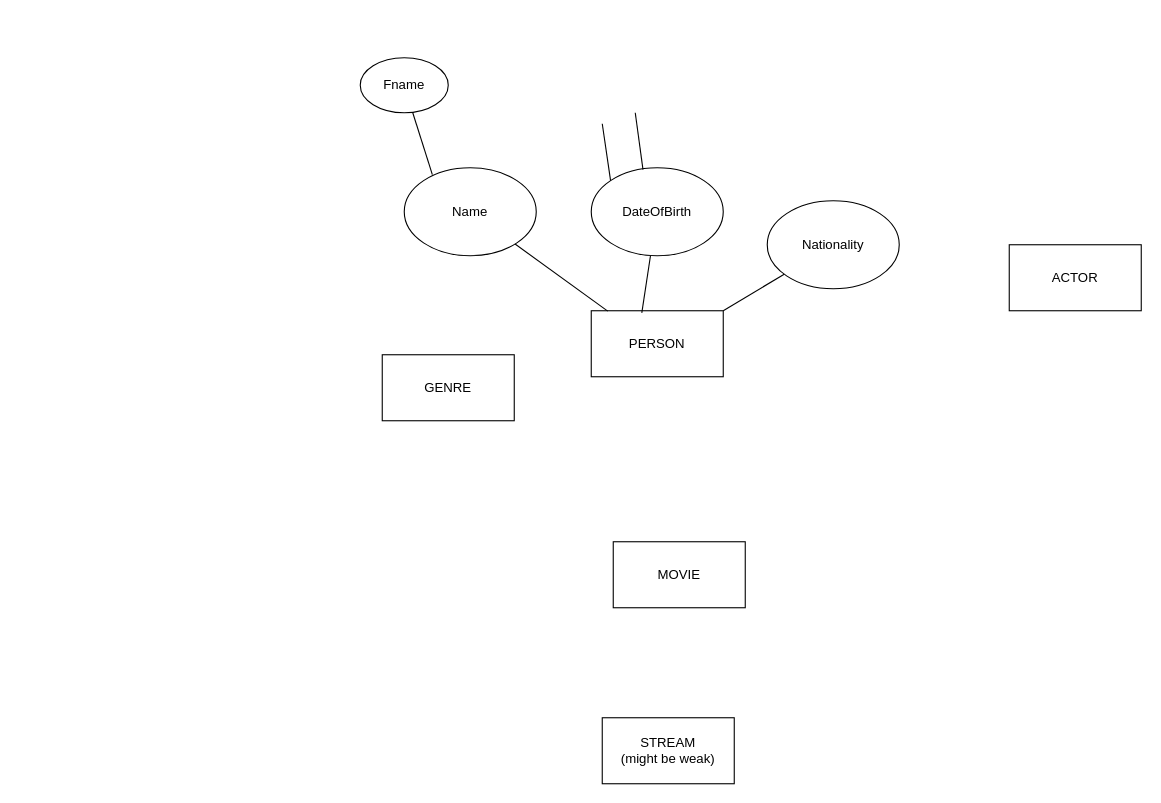
Before: MovieBaseEER.drawio in miguelTrC/MovieBaseDB, a draw.io diagram. Source tidied: cells renumbered, new cells numbered last; positions are measured from the earlier drawing's top-left corner, leaving out a move shared by most shapes. Both pictures are drawn from the tidied source at 110%, with x=0, y=0 at pixel (360, 57).
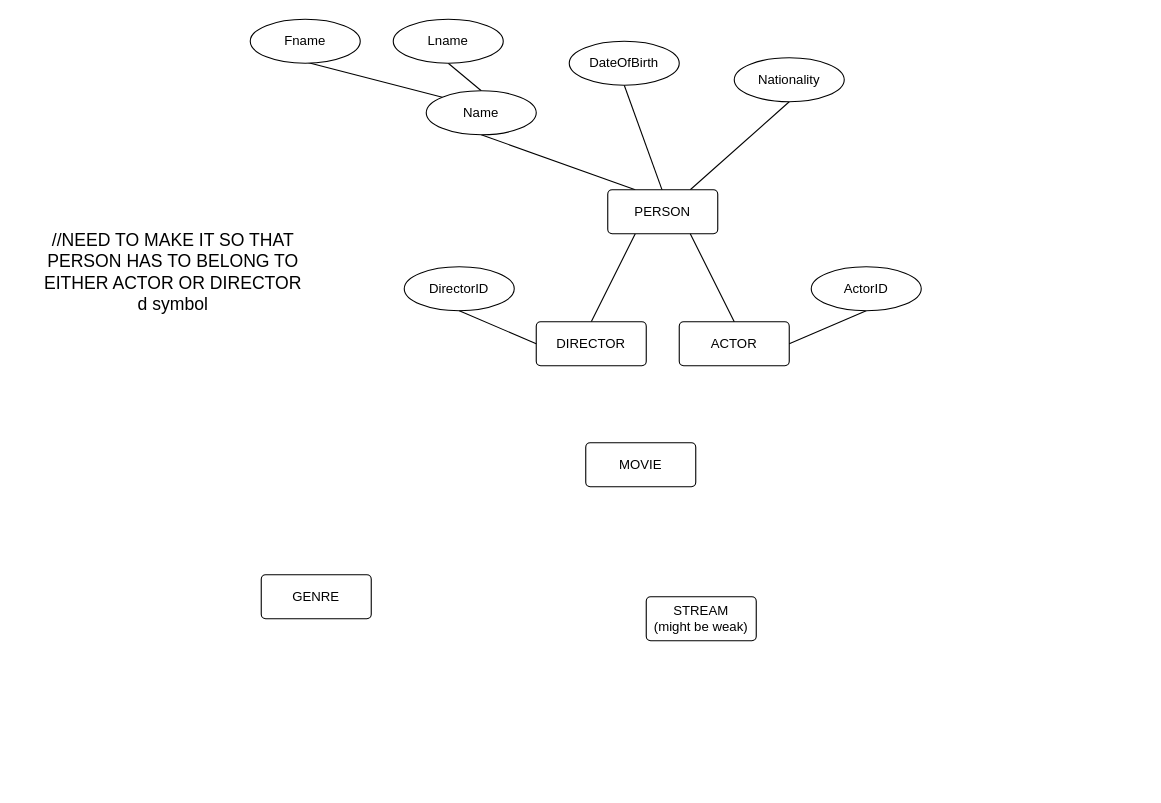
After the change.

Commit message:
Remade everything using the Entity Relation design

Diff of the diagram source:
```diff
@@
+    <mxCell id="7" style="endArrow=none;html=1;rounded=0;fontSize=12;startSize=8;endSize=8;curved=1;exitX=0.25;exitY=0;exitDx=0;exitDy=0;entryX=0.5;entryY=1;entryDx=0;entryDy=0;" parent="1" edge="1" source="3" target="8">
+      <mxGeometry relative="1" as="geometry" />
+    </mxCell>
+    <mxCell id="9" style="endArrow=none;html=1;rounded=0;fontSize=12;startSize=8;endSize=8;curved=1;exitX=0.506;exitY=0.087;exitDx=0;exitDy=0;exitPerimeter=0;entryX=0.5;entryY=1;entryDx=0;entryDy=0;" parent="1" edge="1" source="3" target="10">
+      <mxGeometry relative="1" as="geometry" />
+    </mxCell>
+    <mxCell id="11" style="endArrow=none;html=1;rounded=0;fontSize=12;startSize=8;endSize=8;curved=1;exitX=0.75;exitY=0;exitDx=0;exitDy=0;entryX=0.5;entryY=1;entryDx=0;entryDy=0;" parent="1" edge="1" source="3" target="12">
+      <mxGeometry relative="1" as="geometry" />
+    </mxCell>
+    <mxCell id="13" style="endArrow=none;html=1;rounded=0;fontSize=12;startSize=8;endSize=8;curved=1;exitX=0;exitY=0;exitDx=0;exitDy=0;entryX=0.469;entryY=0.949;entryDx=0;entryDy=0;entryPerimeter=0;" parent="1" edge="1" source="8" target="14">
+      <mxGeometry relative="1" as="geometry" />
+    </mxCell>
+    <mxCell id="17" style="endArrow=none;html=1;rounded=0;fontSize=12;startSize=8;endSize=8;curved=1;entryX=0.5;entryY=1;entryDx=0;entryDy=0;exitX=0.5;exitY=0;exitDx=0;exitDy=0;" parent="1" edge="1" source="8" target="21">
+      <mxGeometry relative="1" as="geometry" />
+    </mxCell>
+    <mxCell id="18" value="&lt;div&gt;//NEED TO MAKE IT SO THAT PERSON HAS TO BELONG TO EITHER ACTOR OR DIRECTOR&lt;/div&gt;&lt;div&gt;d symbol&lt;br&gt;&lt;/div&gt;" style="text;html=1;align=center;verticalAlign=middle;whiteSpace=wrap;rounded=0;fontSize=16;" parent="1" vertex="1">
+      <mxGeometry x="-310" y="180" width="280" height="30" as="geometry" />
+    </mxCell>
+    <mxCell id="19" style="endArrow=none;html=1;rounded=0;fontSize=12;startSize=8;endSize=8;curved=1;exitX=0.5;exitY=0;exitDx=0;exitDy=0;entryX=0.25;entryY=1;entryDx=0;entryDy=0;" parent="1" edge="1" source="20" target="3">
+      <mxGeometry relative="1" as="geometry" />
+    </mxCell>
+    <mxCell id="4" value="ACTOR" style="rounded=1;arcSize=10;whiteSpace=wrap;html=1;align=center;" parent="1" vertex="1">
+      <mxGeometry x="290" y="240" width="100" height="40" as="geometry" />
+    </mxCell>
+    <mxCell id="20" value="DIRECTOR" style="rounded=1;arcSize=10;whiteSpace=wrap;html=1;align=center;" parent="1" vertex="1">
+      <mxGeometry x="160" y="240" width="100" height="40" as="geometry" />
+    </mxCell>
+    <mxCell id="3" value="PERSON" style="rounded=1;arcSize=10;whiteSpace=wrap;html=1;align=center;" parent="1" vertex="1">
+      <mxGeometry x="225" y="120" width="100" height="40" as="geometry" />
+    </mxCell>
-    <mxCell id="2" value="MOVIE" style="rounded=0;whiteSpace=wrap;html=1;" parent="1" vertex="1">
-      <mxGeometry x="230" y="440" width="120" height="60" as="geometry" />
+    <mxCell id="2" value="MOVIE" style="rounded=1;arcSize=10;whiteSpace=wrap;html=1;align=center;" parent="1" vertex="1">
+      <mxGeometry x="205" y="350" width="100" height="40" as="geometry" />
     </mxCell>
-    <mxCell id="3" value="PERSON" style="rounded=0;whiteSpace=wrap;html=1;" parent="1" vertex="1">
-      <mxGeometry x="210" y="230" width="120" height="60" as="geometry" />
-    </mxCell>
-    <mxCell id="4" value="ACTOR" style="rounded=0;whiteSpace=wrap;html=1;" parent="1" vertex="1">
-      <mxGeometry x="590" y="170" width="120" height="60" as="geometry" />
-    </mxCell>
-    <mxCell id="5" value="GENRE" style="rounded=0;whiteSpace=wrap;html=1;" parent="1" vertex="1">
-      <mxGeometry x="20" y="270" width="120" height="60" as="geometry" />
+    <mxCell id="5" value="GENRE" style="rounded=1;arcSize=10;whiteSpace=wrap;html=1;align=center;" parent="1" vertex="1">
+      <mxGeometry x="-90" y="470" width="100" height="40" as="geometry" />
     </mxCell>
-    <mxCell id="6" value="&lt;div&gt;STREAM&lt;/div&gt;&lt;div&gt;(might be weak)&lt;br&gt;&lt;/div&gt;" style="whiteSpace=wrap;html=1;" parent="1" vertex="1">
-      <mxGeometry x="220" y="600" width="120" height="60" as="geometry" />
+    <mxCell id="6" value="&lt;div&gt;STREAM&lt;/div&gt;&lt;div&gt;(might be weak)&lt;br&gt;&lt;/div&gt;" style="rounded=1;arcSize=10;whiteSpace=wrap;html=1;align=center;" parent="1" vertex="1">
+      <mxGeometry x="260" y="490" width="100" height="40" as="geometry" />
     </mxCell>
-    <mxCell id="7" style="endArrow=none;html=1;rounded=0;fontSize=12;startSize=8;endSize=8;curved=1;exitX=0.125;exitY=0.006;exitDx=0;exitDy=0;exitPerimeter=0;" parent="1" edge="1" source="3" target="8">
-      <mxGeometry relative="1" as="geometry" />
-    </mxCell>
-    <mxCell id="8" value="Name" style="ellipse;whiteSpace=wrap;html=1;" parent="1" vertex="1">
-      <mxGeometry x="40" y="100" width="120" height="80" as="geometry" />
+    <mxCell id="8" value="Name" style="ellipse;whiteSpace=wrap;html=1;align=center;" parent="1" vertex="1">
+      <mxGeometry x="60" y="30" width="100" height="40" as="geometry" />
     </mxCell>
-    <mxCell id="9" style="endArrow=none;html=1;rounded=0;fontSize=12;startSize=8;endSize=8;curved=1;exitX=0.383;exitY=0.033;exitDx=0;exitDy=0;exitPerimeter=0;" parent="1" edge="1" source="3" target="10">
-      <mxGeometry relative="1" as="geometry" />
-    </mxCell>
-    <mxCell id="10" value="DateOfBirth" style="ellipse;whiteSpace=wrap;html=1;" parent="1" vertex="1">
-      <mxGeometry x="210" y="100" width="120" height="80" as="geometry" />
+    <mxCell id="10" value="DateOfBirth" style="ellipse;whiteSpace=wrap;html=1;align=center;" parent="1" vertex="1">
+      <mxGeometry x="190" y="-15" width="100" height="40" as="geometry" />
     </mxCell>
-    <mxCell id="11" style="endArrow=none;html=1;rounded=0;fontSize=12;startSize=8;endSize=8;curved=1;" parent="1" edge="1" target="12">
-      <mxGeometry relative="1" as="geometry">
-        <mxPoint x="330" y="230" as="sourcePoint" />
-      </mxGeometry>
-    </mxCell>
-    <mxCell id="12" value="Nationality" style="ellipse;whiteSpace=wrap;html=1;" parent="1" vertex="1">
-      <mxGeometry x="370" y="130" width="120" height="80" as="geometry" />
+    <mxCell id="12" value="Nationality" style="ellipse;whiteSpace=wrap;html=1;align=center;" parent="1" vertex="1">
+      <mxGeometry x="340" width="100" height="40" as="geometry" />
     </mxCell>
-    <mxCell id="13" style="endArrow=none;html=1;rounded=0;fontSize=12;startSize=8;endSize=8;curved=1;exitX=0.213;exitY=0.078;exitDx=0;exitDy=0;exitPerimeter=0;" parent="1" edge="1" source="8" target="14">
-      <mxGeometry relative="1" as="geometry" />
-    </mxCell>
-    <mxCell id="14" value="Fname" style="ellipse;whiteSpace=wrap;html=1;" parent="1" vertex="1">
-      <mxGeometry width="80" height="50" as="geometry" />
+    <mxCell id="14" value="Fname" style="ellipse;whiteSpace=wrap;html=1;align=center;" parent="1" vertex="1">
+      <mxGeometry x="-100" y="-35" width="100" height="40" as="geometry" />
     </mxCell>
-    <mxCell id="15" style="endArrow=none;html=1;rounded=0;fontSize=12;startSize=8;endSize=8;curved=1;exitX=0;exitY=0;exitDx=0;exitDy=0;" parent="1" edge="1" source="10">
-      <mxGeometry relative="1" as="geometry">
-        <mxPoint x="220" y="60" as="targetPoint" />
-      </mxGeometry>
-    </mxCell>
-    <mxCell id="16" style="endArrow=none;html=1;rounded=0;fontSize=12;startSize=8;endSize=8;curved=1;exitX=0.392;exitY=0.021;exitDx=0;exitDy=0;exitPerimeter=0;" parent="1" edge="1" source="10">
-      <mxGeometry relative="1" as="geometry">
-        <mxPoint x="250" y="50" as="targetPoint" />
-      </mxGeometry>
-    </mxCell>
+    <mxCell id="21" value="Lname" style="ellipse;whiteSpace=wrap;html=1;align=center;" parent="1" vertex="1">
+      <mxGeometry x="30" y="-35" width="100" height="40" as="geometry" />
+    </mxCell>
+    <mxCell id="22" style="endArrow=none;html=1;rounded=0;fontSize=12;startSize=8;endSize=8;curved=1;entryX=0.75;entryY=1;entryDx=0;entryDy=0;exitX=0.5;exitY=0;exitDx=0;exitDy=0;" parent="1" edge="1" source="4" target="3">
+      <mxGeometry relative="1" as="geometry" />
+    </mxCell>
+    <mxCell id="23" value="&lt;div&gt;DirectorID&lt;/div&gt;" style="ellipse;whiteSpace=wrap;html=1;align=center;" parent="1" vertex="1">
+      <mxGeometry x="40" y="190" width="100" height="40" as="geometry" />
+    </mxCell>
+    <mxCell id="24" style="endArrow=none;html=1;rounded=0;fontSize=12;startSize=8;endSize=8;curved=1;exitX=0.5;exitY=1;exitDx=0;exitDy=0;entryX=0;entryY=0.5;entryDx=0;entryDy=0;" parent="1" edge="1" source="23" target="20">
+      <mxGeometry relative="1" as="geometry" />
+    </mxCell>
+    <mxCell id="25" style="endArrow=none;html=1;rounded=0;fontSize=12;startSize=8;endSize=8;curved=1;exitX=1;exitY=0.5;exitDx=0;exitDy=0;entryX=0.5;entryY=1;entryDx=0;entryDy=0;" parent="1" edge="1" source="4" target="26">
+      <mxGeometry relative="1" as="geometry" />
+    </mxCell>
+    <mxCell id="26" value="ActorID" style="ellipse;whiteSpace=wrap;html=1;align=center;" parent="1" vertex="1">
+      <mxGeometry x="410" y="190" width="100" height="40" as="geometry" />
+    </mxCell>
```
